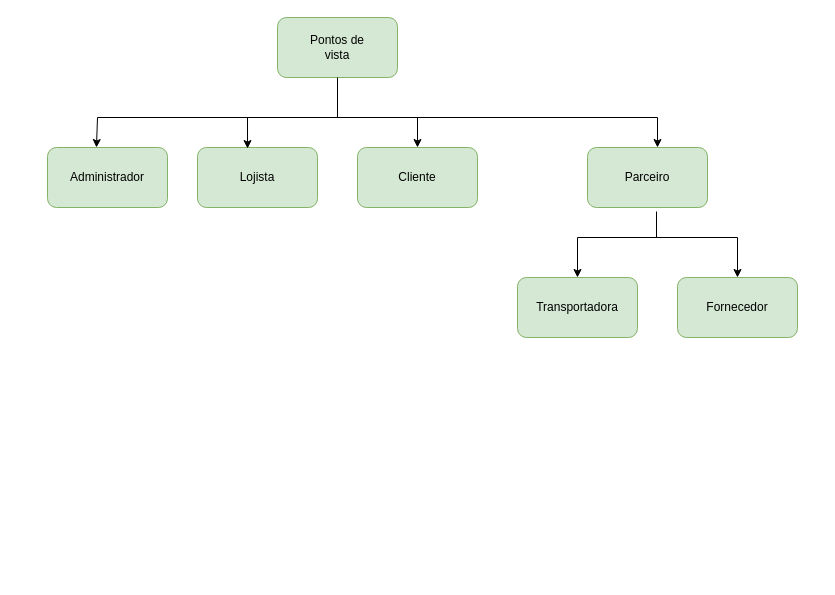
JorgeEduardoFOS/ecommercepet keeps this draw.io diagram as PointOfViewHierarchyDiagram.drawio. Above is the earlier version. Source tidied: cells renumbered, new cells numbered last; positions are measured from the earlier drawing's top-left corner, leaving out a move shared by most shapes. Both pictures are drawn from the tidied source at 100%, with x=0, y=0 at pixel (47, 17).
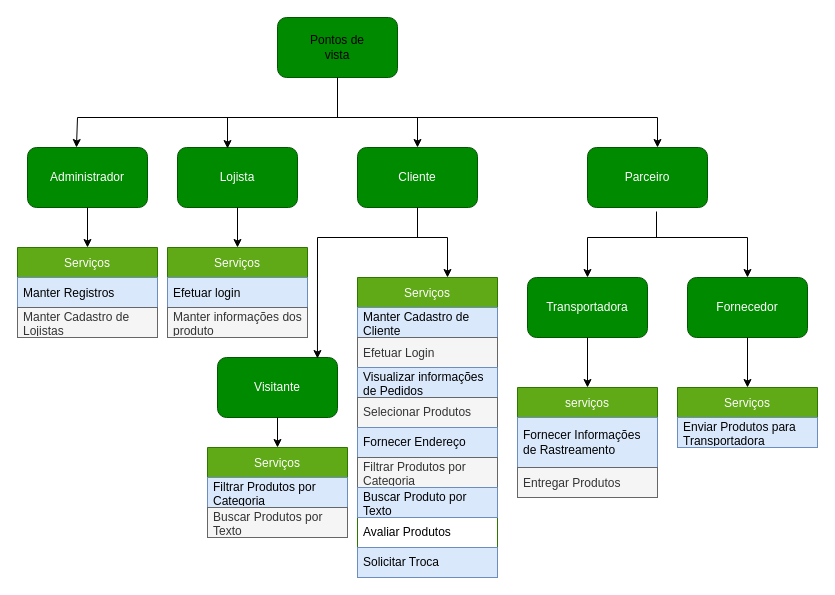
The same diagram, later.

Diff of the diagram source:
```diff
@@
-    <mxCell id="2" style="rounded=1;whiteSpace=wrap;html=1;fillColor=#d5e8d4;strokeColor=#82b366;" parent="1" vertex="1">
+    <mxCell id="2" style="rounded=1;whiteSpace=wrap;html=1;fillColor=#008a00;strokeColor=#005700;fontColor=#ffffff;" parent="1" vertex="1">
       <mxGeometry x="230" width="120" height="60" as="geometry" />
     </mxCell>
-    <mxCell id="3" style="rounded=1;whiteSpace=wrap;html=1;fillColor=#d5e8d4;strokeColor=#82b366;" parent="1" vertex="1">
-      <mxGeometry y="130" width="120" height="60" as="geometry" />
+    <mxCell id="3" value="Administrador" style="rounded=1;whiteSpace=wrap;html=1;fillColor=#008a00;strokeColor=#005700;fontColor=#ffffff;" parent="1" vertex="1">
+      <mxGeometry x="-20" y="130" width="120" height="60" as="geometry" />
     </mxCell>
-    <mxCell id="4" style="rounded=1;whiteSpace=wrap;html=1;fillColor=#d5e8d4;strokeColor=#82b366;" parent="1" vertex="1">
-      <mxGeometry x="150" y="130" width="120" height="60" as="geometry" />
+    <mxCell id="4" value="Lojista" style="rounded=1;whiteSpace=wrap;html=1;fillColor=#008a00;strokeColor=#005700;fontColor=#ffffff;" parent="1" vertex="1">
+      <mxGeometry x="130" y="130" width="120" height="60" as="geometry" />
     </mxCell>
-    <mxCell id="5" style="rounded=1;whiteSpace=wrap;html=1;fillColor=#d5e8d4;strokeColor=#82b366;" parent="1" vertex="1">
+    <mxCell id="5" value="Cliente" style="rounded=1;whiteSpace=wrap;html=1;fillColor=#008a00;strokeColor=#005700;fontColor=#ffffff;" parent="1" vertex="1">
       <mxGeometry x="310" y="130" width="120" height="60" as="geometry" />
     </mxCell>
-    <mxCell id="6" style="rounded=1;whiteSpace=wrap;html=1;fillColor=#d5e8d4;strokeColor=#82b366;" parent="1" vertex="1">
+    <mxCell id="6" value="Parceiro" style="rounded=1;whiteSpace=wrap;html=1;fillColor=#008a00;strokeColor=#005700;fontColor=#ffffff;" parent="1" vertex="1">
       <mxGeometry x="540" y="130" width="120" height="60" as="geometry" />
     </mxCell>
@@
-    <mxCell id="8" value="Administrador" style="text;html=1;strokeColor=none;fillColor=none;align=center;verticalAlign=middle;whiteSpace=wrap;rounded=0;" parent="1" vertex="1">
-      <mxGeometry x="30" y="145" width="60" height="30" as="geometry" />
-    </mxCell>
-    <mxCell id="9" value="&lt;div&gt;Lojista&lt;/div&gt;" style="text;html=1;strokeColor=none;fillColor=none;align=center;verticalAlign=middle;whiteSpace=wrap;rounded=0;" parent="1" vertex="1">
-      <mxGeometry x="180" y="145" width="60" height="30" as="geometry" />
-    </mxCell>
-    <mxCell id="10" value="&lt;div&gt;Cliente&lt;/div&gt;" style="text;html=1;strokeColor=none;fillColor=none;align=center;verticalAlign=middle;whiteSpace=wrap;rounded=0;" parent="1" vertex="1">
-      <mxGeometry x="340" y="145" width="60" height="30" as="geometry" />
-    </mxCell>
-    <mxCell id="11" value="Parceiro" style="text;html=1;strokeColor=none;fillColor=none;align=center;verticalAlign=middle;whiteSpace=wrap;rounded=0;" parent="1" vertex="1">
-      <mxGeometry x="570" y="145" width="60" height="30" as="geometry" />
-    </mxCell>
-    <mxCell id="12" style="rounded=1;whiteSpace=wrap;html=1;fillColor=#d5e8d4;strokeColor=#82b366;" parent="1" vertex="1">
-      <mxGeometry x="470" y="260" width="120" height="60" as="geometry" />
+    <mxCell id="12" value="Transportadora" style="rounded=1;whiteSpace=wrap;html=1;fillColor=#008a00;strokeColor=#005700;fontColor=#ffffff;" parent="1" vertex="1">
+      <mxGeometry x="480" y="260" width="120" height="60" as="geometry" />
     </mxCell>
-    <mxCell id="13" style="rounded=1;whiteSpace=wrap;html=1;fillColor=#d5e8d4;strokeColor=#82b366;" parent="1" vertex="1">
-      <mxGeometry x="630" y="260" width="120" height="60" as="geometry" />
+    <mxCell id="13" value="Fornecedor" style="rounded=1;whiteSpace=wrap;html=1;fillColor=#008a00;strokeColor=#005700;fontColor=#ffffff;" parent="1" vertex="1">
+      <mxGeometry x="640" y="260" width="120" height="60" as="geometry" />
     </mxCell>
-    <mxCell id="14" value="&lt;div&gt;Transportadora&lt;/div&gt;" style="text;html=1;strokeColor=none;fillColor=none;align=center;verticalAlign=middle;whiteSpace=wrap;rounded=0;" parent="1" vertex="1">
-      <mxGeometry x="500" y="275" width="60" height="30" as="geometry" />
-    </mxCell>
-    <mxCell id="15" value="Fornecedor" style="text;html=1;strokeColor=none;fillColor=none;align=center;verticalAlign=middle;whiteSpace=wrap;rounded=0;" parent="1" vertex="1">
-      <mxGeometry x="660" y="275" width="60" height="30" as="geometry" />
-    </mxCell>
@@
     <mxCell id="17" style="endArrow=none;html=1;rounded=0;" parent="1" edge="1">
       <mxGeometry relative="1" as="geometry">
-        <mxPoint x="50" y="100" as="sourcePoint" />
+        <mxPoint x="30" y="100" as="sourcePoint" />
         <mxPoint x="610" y="100" as="targetPoint" />
       </mxGeometry>
     </mxCell>
     <mxCell id="18" style="endArrow=classic;html=1;rounded=0;entryX=0.408;entryY=0;entryDx=0;entryDy=0;entryPerimeter=0;" parent="1" edge="1" target="3">
       <mxGeometry relative="1" as="geometry">
-        <mxPoint x="50" y="100" as="sourcePoint" />
+        <mxPoint x="30" y="100" as="sourcePoint" />
       </mxGeometry>
     </mxCell>
     <mxCell id="19" style="endArrow=classic;html=1;rounded=0;entryX=0.417;entryY=0.017;entryDx=0;entryDy=0;entryPerimeter=0;" parent="1" edge="1" target="4">
       <mxGeometry relative="1" as="geometry">
-        <mxPoint x="200" y="100" as="sourcePoint" />
+        <mxPoint x="180" y="100" as="sourcePoint" />
       </mxGeometry>
     </mxCell>
@@
     <mxCell id="23" style="endArrow=none;html=1;rounded=0;" parent="1" edge="1">
       <mxGeometry relative="1" as="geometry">
-        <mxPoint x="530" y="220" as="sourcePoint" />
-        <mxPoint x="690" y="220" as="targetPoint" />
+        <mxPoint x="540" y="220" as="sourcePoint" />
+        <mxPoint x="700" y="220" as="targetPoint" />
       </mxGeometry>
     </mxCell>
     <mxCell id="24" style="endArrow=classic;html=1;rounded=0;entryX=0.5;entryY=0;entryDx=0;entryDy=0;" parent="1" edge="1" target="12">
       <mxGeometry relative="1" as="geometry">
-        <mxPoint x="530" y="220" as="sourcePoint" />
+        <mxPoint x="540" y="220" as="sourcePoint" />
       </mxGeometry>
     </mxCell>
     <mxCell id="25" style="endArrow=classic;html=1;rounded=0;entryX=0.5;entryY=0;entryDx=0;entryDy=0;" parent="1" edge="1" target="13">
       <mxGeometry relative="1" as="geometry">
-        <mxPoint x="690" y="220" as="sourcePoint" />
+        <mxPoint x="700" y="220" as="sourcePoint" />
       </mxGeometry>
     </mxCell>
+    <mxCell id="26" value="Serviços" style="swimlane;fontStyle=0;horizontal=1;startSize=30;fillColor=#60a917;strokeColor=#2D7600;fontColor=#ffffff;" parent="1" vertex="1">
+      <mxGeometry x="-30" y="230" width="140" height="90" as="geometry" />
+    </mxCell>
+    <mxCell id="27" value="Manter Registros" style="text;strokeColor=#6c8ebf;fillColor=#dae8fc;align=left;verticalAlign=middle;spacingLeft=4;spacingRight=4;overflow=hidden;" parent="26" vertex="1">
+      <mxGeometry y="30" width="140" height="30" as="geometry" />
+    </mxCell>
+    <mxCell id="28" value="Manter Cadastro de Lojistas" style="text;strokeColor=#666666;fillColor=#f5f5f5;align=left;verticalAlign=middle;spacingLeft=4;spacingRight=4;overflow=hidden;fontColor=#333333;whiteSpace=wrap;" parent="26" vertex="1">
+      <mxGeometry y="60" width="140" height="30" as="geometry" />
+    </mxCell>
+    <mxCell id="29" value="Serviços" style="swimlane;fontStyle=0;horizontal=1;startSize=30;fillColor=#60a917;strokeColor=#2D7600;fontColor=#ffffff;" parent="1" vertex="1">
+      <mxGeometry x="120" y="230" width="140" height="90" as="geometry" />
+    </mxCell>
+    <mxCell id="30" value="Efetuar login" style="text;strokeColor=#6c8ebf;fillColor=#dae8fc;align=left;verticalAlign=middle;spacingLeft=4;spacingRight=4;overflow=hidden;" parent="29" vertex="1">
+      <mxGeometry y="30" width="140" height="30" as="geometry" />
+    </mxCell>
+    <mxCell id="31" value="Manter informações dos produto" style="text;strokeColor=#666666;fillColor=#f5f5f5;align=left;verticalAlign=middle;spacingLeft=4;spacingRight=4;overflow=hidden;fontColor=#333333;gradientColor=none;whiteSpace=wrap;" parent="29" vertex="1">
+      <mxGeometry y="60" width="140" height="30" as="geometry" />
+    </mxCell>
+    <mxCell id="32" value="Serviços" style="swimlane;fontStyle=0;horizontal=1;startSize=30;fillColor=#60a917;strokeColor=#2D7600;fontColor=#ffffff;" parent="1" vertex="1">
+      <mxGeometry x="310" y="260" width="140" height="300" as="geometry" />
+    </mxCell>
+    <mxCell id="33" value="Manter Cadastro de Cliente" style="text;strokeColor=#6c8ebf;fillColor=#dae8fc;align=left;verticalAlign=middle;spacingLeft=4;spacingRight=4;overflow=hidden;whiteSpace=wrap;" parent="32" vertex="1">
+      <mxGeometry y="30" width="140" height="30" as="geometry" />
+    </mxCell>
+    <mxCell id="34" value="Efetuar Login" style="text;strokeColor=#666666;fillColor=#f5f5f5;align=left;verticalAlign=middle;spacingLeft=4;spacingRight=4;overflow=hidden;fontColor=#333333;" parent="32" vertex="1">
+      <mxGeometry y="60" width="140" height="30" as="geometry" />
+    </mxCell>
+    <mxCell id="35" value="Visualizar informações de Pedidos" style="text;strokeColor=#6c8ebf;fillColor=#dae8fc;align=left;verticalAlign=middle;spacingLeft=4;spacingRight=4;overflow=hidden;whiteSpace=wrap;" parent="32" vertex="1">
+      <mxGeometry y="90" width="140" height="30" as="geometry" />
+    </mxCell>
+    <mxCell id="36" value="Selecionar Produtos" style="text;strokeColor=#666666;fillColor=#f5f5f5;align=left;verticalAlign=middle;spacingLeft=4;spacingRight=4;overflow=hidden;whiteSpace=wrap;fontColor=#333333;" parent="32" vertex="1">
+      <mxGeometry y="120" width="140" height="30" as="geometry" />
+    </mxCell>
+    <mxCell id="37" value="Fornecer Endereço" style="text;strokeColor=#6c8ebf;fillColor=#dae8fc;align=left;verticalAlign=middle;spacingLeft=4;spacingRight=4;overflow=hidden;whiteSpace=wrap;" parent="32" vertex="1">
+      <mxGeometry y="150" width="140" height="30" as="geometry" />
+    </mxCell>
+    <mxCell id="38" value="Filtrar Produtos por Categoria" style="text;strokeColor=#666666;fillColor=#f5f5f5;align=left;verticalAlign=middle;spacingLeft=4;spacingRight=4;overflow=hidden;fontColor=#333333;whiteSpace=wrap;" parent="32" vertex="1">
+      <mxGeometry y="180" width="140" height="30" as="geometry" />
+    </mxCell>
+    <mxCell id="39" value="Buscar Produto por Texto" style="text;strokeColor=#6c8ebf;fillColor=#dae8fc;align=left;verticalAlign=middle;spacingLeft=4;spacingRight=4;overflow=hidden;whiteSpace=wrap;" parent="32" vertex="1">
+      <mxGeometry y="210" width="140" height="30" as="geometry" />
+    </mxCell>
+    <mxCell id="40" value="Avaliar Produtos" style="text;align=left;verticalAlign=middle;spacingLeft=4;spacingRight=4;overflow=hidden;whiteSpace=wrap;" parent="32" vertex="1">
+      <mxGeometry y="240" width="140" height="30" as="geometry" />
+    </mxCell>
+    <mxCell id="41" value="Solicitar Troca" style="text;strokeColor=#6c8ebf;fillColor=#dae8fc;align=left;verticalAlign=middle;spacingLeft=4;spacingRight=4;overflow=hidden;whiteSpace=wrap;" parent="32" vertex="1">
+      <mxGeometry y="270" width="140" height="30" as="geometry" />
+    </mxCell>
+    <mxCell id="42" value="serviços" style="swimlane;fontStyle=0;horizontal=1;startSize=30;fillColor=#60a917;strokeColor=#2D7600;fontColor=#ffffff;" parent="1" vertex="1">
+      <mxGeometry x="470" y="370" width="140" height="110" as="geometry" />
+    </mxCell>
+    <mxCell id="43" value="Fornecer Informações de Rastreamento" style="text;strokeColor=#6c8ebf;fillColor=#dae8fc;align=left;verticalAlign=middle;spacingLeft=4;spacingRight=4;overflow=hidden;whiteSpace=wrap;" parent="42" vertex="1">
+      <mxGeometry y="30" width="140" height="50" as="geometry" />
+    </mxCell>
+    <mxCell id="44" value="Entregar Produtos" style="text;strokeColor=#666666;fillColor=#f5f5f5;align=left;verticalAlign=middle;spacingLeft=4;spacingRight=4;overflow=hidden;fontColor=#333333;" parent="42" vertex="1">
+      <mxGeometry y="80" width="140" height="30" as="geometry" />
+    </mxCell>
+    <mxCell id="45" value="Serviços" style="swimlane;fontStyle=0;horizontal=1;startSize=30;fillColor=#60a917;strokeColor=#2D7600;fontColor=#ffffff;" parent="1" vertex="1">
+      <mxGeometry x="630" y="370" width="140" height="60" as="geometry" />
+    </mxCell>
+    <mxCell id="46" value="Enviar Produtos para Transportadora" style="text;strokeColor=#6c8ebf;fillColor=#dae8fc;align=left;verticalAlign=middle;spacingLeft=4;spacingRight=4;overflow=hidden;whiteSpace=wrap;" parent="45" vertex="1">
+      <mxGeometry y="30" width="140" height="30" as="geometry" />
+    </mxCell>
+    <mxCell id="47" style="endArrow=classic;html=1;rounded=0;" parent="1" edge="1">
+      <mxGeometry relative="1" as="geometry">
+        <mxPoint x="400" y="220" as="sourcePoint" />
+        <mxPoint x="400" y="260" as="targetPoint" />
+      </mxGeometry>
+    </mxCell>
+    <mxCell id="48" style="endArrow=classic;html=1;rounded=0;exitX=0.5;exitY=1;exitDx=0;exitDy=0;entryX=0.5;entryY=0;entryDx=0;entryDy=0;" parent="1" edge="1" source="4" target="29">
+      <mxGeometry relative="1" as="geometry" />
+    </mxCell>
+    <mxCell id="49" style="endArrow=classic;html=1;rounded=0;exitX=0.5;exitY=1;exitDx=0;exitDy=0;entryX=0.5;entryY=0;entryDx=0;entryDy=0;" parent="1" edge="1" source="3" target="26">
+      <mxGeometry relative="1" as="geometry" />
+    </mxCell>
+    <mxCell id="50" style="endArrow=classic;html=1;rounded=0;exitX=0.5;exitY=1;exitDx=0;exitDy=0;entryX=0.5;entryY=0;entryDx=0;entryDy=0;" parent="1" edge="1" source="12" target="42">
+      <mxGeometry relative="1" as="geometry" />
+    </mxCell>
+    <mxCell id="51" style="endArrow=classic;html=1;rounded=0;exitX=0.5;exitY=1;exitDx=0;exitDy=0;entryX=0.5;entryY=0;entryDx=0;entryDy=0;" parent="1" edge="1" source="13" target="45">
+      <mxGeometry relative="1" as="geometry" />
+    </mxCell>
+    <mxCell id="52" style="endArrow=none;html=1;rounded=0;" parent="1" edge="1">
+      <mxGeometry relative="1" as="geometry">
+        <mxPoint x="270" y="220" as="sourcePoint" />
+        <mxPoint x="400" y="220" as="targetPoint" />
+      </mxGeometry>
+    </mxCell>
+    <mxCell id="53" style="endArrow=none;html=1;rounded=0;entryX=0.5;entryY=1;entryDx=0;entryDy=0;" parent="1" edge="1" target="5">
+      <mxGeometry relative="1" as="geometry">
+        <mxPoint x="370" y="220" as="sourcePoint" />
+      </mxGeometry>
+    </mxCell>
+    <mxCell id="54" value="Visitante" style="rounded=1;whiteSpace=wrap;html=1;fillColor=#008a00;fontColor=#ffffff;strokeColor=#005700;" parent="1" vertex="1">
+      <mxGeometry x="170" y="340" width="120" height="60" as="geometry" />
+    </mxCell>
+    <mxCell id="55" style="endArrow=classic;html=1;rounded=0;entryX=0.833;entryY=0.017;entryDx=0;entryDy=0;entryPerimeter=0;" parent="1" edge="1" target="54">
+      <mxGeometry relative="1" as="geometry">
+        <mxPoint x="270" y="220" as="sourcePoint" />
+      </mxGeometry>
+    </mxCell>
+    <mxCell id="56" value="Serviços" style="swimlane;fontStyle=0;horizontal=1;startSize=30;html=0;fillColor=#60a917;fontColor=#ffffff;strokeColor=#2D7600;" parent="1" vertex="1">
+      <mxGeometry x="160" y="430" width="140" height="90" as="geometry" />
+    </mxCell>
+    <mxCell id="57" value="Filtrar Produtos por Categoria" style="text;strokeColor=#6c8ebf;fillColor=#dae8fc;align=left;verticalAlign=middle;spacingLeft=4;spacingRight=4;overflow=hidden;html=0;whiteSpace=wrap;" parent="56" vertex="1">
+      <mxGeometry y="30" width="140" height="30" as="geometry" />
+    </mxCell>
+    <mxCell id="58" value="Buscar Produtos por Texto" style="text;strokeColor=#666666;fillColor=#f5f5f5;align=left;verticalAlign=middle;spacingLeft=4;spacingRight=4;overflow=hidden;html=0;fontColor=#333333;whiteSpace=wrap;" parent="56" vertex="1">
+      <mxGeometry y="60" width="140" height="30" as="geometry" />
+    </mxCell>
+    <mxCell id="59" style="endArrow=classic;html=1;rounded=0;exitX=0.5;exitY=1;exitDx=0;exitDy=0;" parent="1" edge="1" source="54" target="56">
+      <mxGeometry relative="1" as="geometry" />
+    </mxCell>
```
